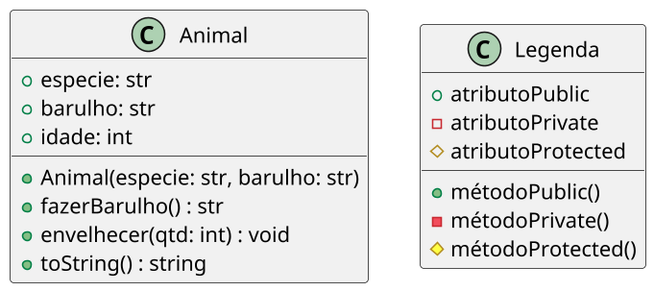
The PlantUML diagram base/animal/diagrama.png in qxcodepoo/arcade, before a commit. Source of this version:
```plantuml
@startuml

skinparam defaultFontName Hasklig
skinparam dpi 150
class Animal {
    + especie: str
    + barulho: str
    + idade: int
    __
    + Animal(especie: str, barulho: str)
    + fazerBarulho() : str
    + envelhecer(qtd: int) : void
    + toString() : string
}

class Legenda {
  + atributoPublic
  - atributoPrivate
  # atributoProtected
  __
  + métodoPublic()
  - métodoPrivate()
  # métodoProtected()
}

@enduml
```
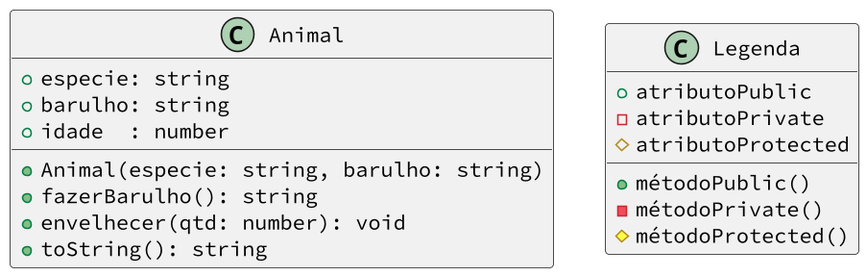
After the commit.

Change to the diagram source:
```diff
@@ -1,18 +1,16 @@
 @startuml
-
-skinparam defaultFontName Hasklig
+skinparam defaultFontName "Source Code Pro"
 skinparam dpi 150
 class Animal {
-    + especie: str
-    + barulho: str
-    + idade: int
+    + especie: string
+    + barulho: string
+    + idade  : number
     __
-    + Animal(especie: str, barulho: str)
-    + fazerBarulho() : str
-    + envelhecer(qtd: int) : void
-    + toString() : string
+    + Animal(especie: string, barulho: string)
+    + fazerBarulho(): string
+    + envelhecer(qtd: number): void
+    + toString(): string
 }
-
 class Legenda {
   + atributoPublic
   - atributoPrivate
@@ -22,5 +20,4 @@
   - métodoPrivate()
   # métodoProtected()
 }
-
 @enduml
```
